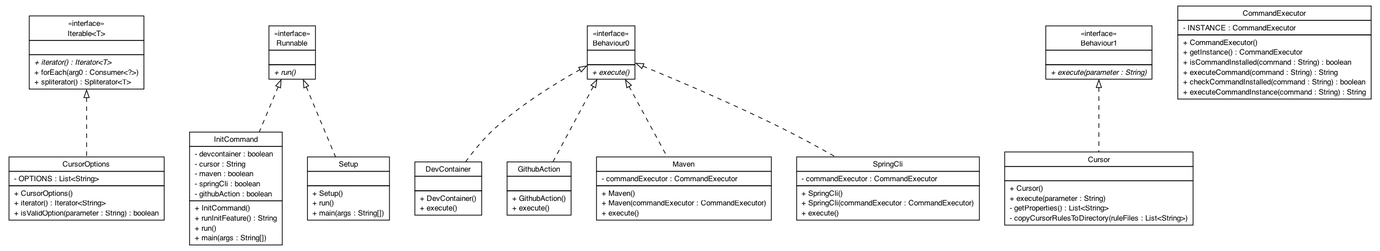
Earlier version of the Graphviz export docs/uml/graph.png (jabrena/setup-cli). Its source is kept beside it as docs/uml/graph.dot.
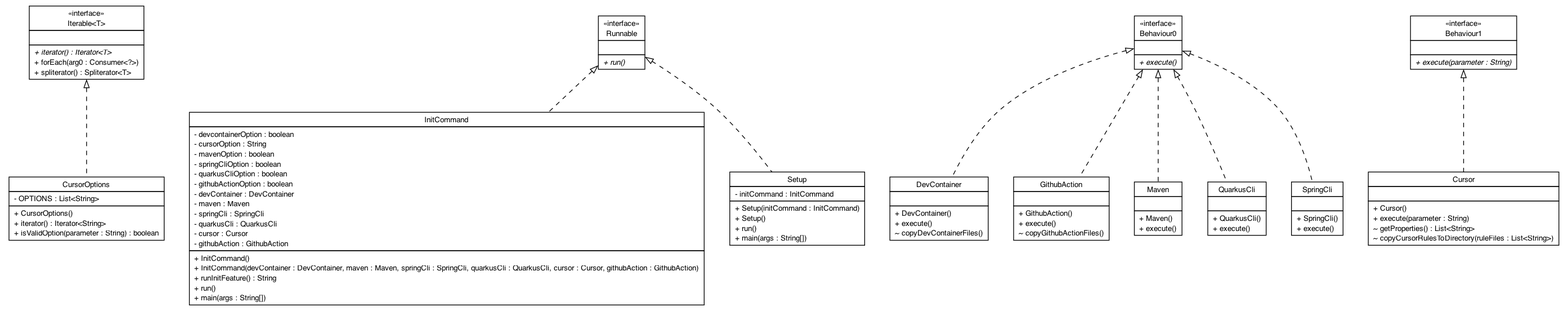
The same file after the commit.

What changed in the source:
```diff
@@ -22,14 +22,22 @@
 <tr><td align="center" balign="center"> InitCommand </td></tr>
 		</table></td></tr>
 		<tr><td><table border="0" cellspacing="0" cellpadding="1">
-<tr><td align="left" balign="left"> - devcontainer : boolean </td></tr>
-<tr><td align="left" balign="left"> - cursor : String </td></tr>
-<tr><td align="left" balign="left"> - maven : boolean </td></tr>
-<tr><td align="left" balign="left"> - springCli : boolean </td></tr>
-<tr><td align="left" balign="left"> - githubAction : boolean </td></tr>
+<tr><td align="left" balign="left"> - devcontainerOption : boolean </td></tr>
+<tr><td align="left" balign="left"> - cursorOption : String </td></tr>
+<tr><td align="left" balign="left"> - mavenOption : boolean </td></tr>
+<tr><td align="left" balign="left"> - springCliOption : boolean </td></tr>
+<tr><td align="left" balign="left"> - quarkusCliOption : boolean </td></tr>
+<tr><td align="left" balign="left"> - githubActionOption : boolean </td></tr>
+<tr><td align="left" balign="left"> - devContainer : DevContainer </td></tr>
+<tr><td align="left" balign="left"> - maven : Maven </td></tr>
+<tr><td align="left" balign="left"> - springCli : SpringCli </td></tr>
+<tr><td align="left" balign="left"> - quarkusCli : QuarkusCli </td></tr>
+<tr><td align="left" balign="left"> - cursor : Cursor </td></tr>
+<tr><td align="left" balign="left"> - githubAction : GithubAction </td></tr>
 		</table></td></tr>
 		<tr><td><table border="0" cellspacing="0" cellpadding="1">
 <tr><td align="left" balign="left"> + InitCommand() </td></tr>
+<tr><td align="left" balign="left"> + InitCommand(devContainer : DevContainer, maven : Maven, springCli : SpringCli, quarkusCli : QuarkusCli, cursor : Cursor, githubAction : GithubAction) </td></tr>
 <tr><td align="left" balign="left"> + runInitFeature() : String </td></tr>
 <tr><td align="left" balign="left"> + run() </td></tr>
 <tr><td align="left" balign="left"> + main(args : String[]) </td></tr>
@@ -40,9 +48,10 @@
 <tr><td align="center" balign="center"> Setup </td></tr>
 		</table></td></tr>
 		<tr><td><table border="0" cellspacing="0" cellpadding="1">
-<tr><td align="left" balign="left">  </td></tr>
+<tr><td align="left" balign="left"> - initCommand : InitCommand </td></tr>
 		</table></td></tr>
 		<tr><td><table border="0" cellspacing="0" cellpadding="1">
+<tr><td align="left" balign="left"> + Setup(initCommand : InitCommand) </td></tr>
 <tr><td align="left" balign="left"> + Setup() </td></tr>
 <tr><td align="left" balign="left"> + run() </td></tr>
 <tr><td align="left" balign="left"> + main(args : String[]) </td></tr>
@@ -82,8 +91,8 @@
 		<tr><td><table border="0" cellspacing="0" cellpadding="1">
 <tr><td align="left" balign="left"> + Cursor() </td></tr>
 <tr><td align="left" balign="left"> + execute(parameter : String) </td></tr>
-<tr><td align="left" balign="left"> - getProperties() : List&lt;String&gt; </td></tr>
-<tr><td align="left" balign="left"> - copyCursorRulesToDirectory(ruleFiles : List&lt;String&gt;) </td></tr>
+<tr><td align="left" balign="left"> ~ getProperties() : List&lt;String&gt; </td></tr>
+<tr><td align="left" balign="left"> ~ copyCursorRulesToDirectory(ruleFiles : List&lt;String&gt;) </td></tr>
 		</table></td></tr>
 		</table>>, URL="null", fontname="Helvetica", fontcolor="black", fontsize=10.0];
 	c6 [label=<<table title="info.jab.jbang.behaviours.DevContainer" border="0" cellborder="1" cellspacing="0" cellpadding="2" port="p">
@@ -96,6 +105,7 @@
 		<tr><td><table border="0" cellspacing="0" cellpadding="1">
 <tr><td align="left" balign="left"> + DevContainer() </td></tr>
 <tr><td align="left" balign="left"> + execute() </td></tr>
+<tr><td align="left" balign="left"> ~ copyDevContainerFiles() </td></tr>
 		</table></td></tr>
 		</table>>, URL="null", fontname="Helvetica", fontcolor="black", fontsize=10.0];
 	c7 [label=<<table title="info.jab.jbang.behaviours.GithubAction" border="0" cellborder="1" cellspacing="0" cellpadding="2" port="p">
@@ -108,6 +118,7 @@
 		<tr><td><table border="0" cellspacing="0" cellpadding="1">
 <tr><td align="left" balign="left"> + GithubAction() </td></tr>
 <tr><td align="left" balign="left"> + execute() </td></tr>
+<tr><td align="left" balign="left"> ~ copyGithubActionFiles() </td></tr>
 		</table></td></tr>
 		</table>>, URL="null", fontname="Helvetica", fontcolor="black", fontsize=10.0];
 	c8 [label=<<table title="info.jab.jbang.behaviours.Maven" border="0" cellborder="1" cellspacing="0" cellpadding="2" port="p">
@@ -115,41 +126,35 @@
 <tr><td align="center" balign="center"> Maven </td></tr>
 		</table></td></tr>
 		<tr><td><table border="0" cellspacing="0" cellpadding="1">
-<tr><td align="left" balign="left"> - commandExecutor : CommandExecutor </td></tr>
+<tr><td align="left" balign="left">  </td></tr>
 		</table></td></tr>
 		<tr><td><table border="0" cellspacing="0" cellpadding="1">
 <tr><td align="left" balign="left"> + Maven() </td></tr>
-<tr><td align="left" balign="left"> + Maven(commandExecutor : CommandExecutor) </td></tr>
 <tr><td align="left" balign="left"> + execute() </td></tr>
 		</table></td></tr>
 		</table>>, URL="null", fontname="Helvetica", fontcolor="black", fontsize=10.0];
-	c9 [label=<<table title="info.jab.jbang.behaviours.SpringCli" border="0" cellborder="1" cellspacing="0" cellpadding="2" port="p">
+	c9 [label=<<table title="info.jab.jbang.behaviours.QuarkusCli" border="0" cellborder="1" cellspacing="0" cellpadding="2" port="p">
+		<tr><td><table border="0" cellspacing="0" cellpadding="1">
+<tr><td align="center" balign="center"> QuarkusCli </td></tr>
+		</table></td></tr>
+		<tr><td><table border="0" cellspacing="0" cellpadding="1">
+<tr><td align="left" balign="left">  </td></tr>
+		</table></td></tr>
+		<tr><td><table border="0" cellspacing="0" cellpadding="1">
+<tr><td align="left" balign="left"> + QuarkusCli() </td></tr>
+<tr><td align="left" balign="left"> + execute() </td></tr>
+		</table></td></tr>
+		</table>>, URL="null", fontname="Helvetica", fontcolor="black", fontsize=10.0];
+	c10 [label=<<table title="info.jab.jbang.behaviours.SpringCli" border="0" cellborder="1" cellspacing="0" cellpadding="2" port="p">
 		<tr><td><table border="0" cellspacing="0" cellpadding="1">
 <tr><td align="center" balign="center"> SpringCli </td></tr>
 		</table></td></tr>
 		<tr><td><table border="0" cellspacing="0" cellpadding="1">
-<tr><td align="left" balign="left"> - commandExecutor : CommandExecutor </td></tr>
+<tr><td align="left" balign="left">  </td></tr>
 		</table></td></tr>
 		<tr><td><table border="0" cellspacing="0" cellpadding="1">
 <tr><td align="left" balign="left"> + SpringCli() </td></tr>
-<tr><td align="left" balign="left"> + SpringCli(commandExecutor : CommandExecutor) </td></tr>
 <tr><td align="left" balign="left"> + execute() </td></tr>
-		</table></td></tr>
-		</table>>, URL="null", fontname="Helvetica", fontcolor="black", fontsize=10.0];
-	c10 [label=<<table title="info.jab.jbang.util.CommandExecutor" border="0" cellborder="1" cellspacing="0" cellpadding="2" port="p">
-		<tr><td><table border="0" cellspacing="0" cellpadding="1">
-<tr><td align="center" balign="center"> CommandExecutor </td></tr>
-		</table></td></tr>
-		<tr><td><table border="0" cellspacing="0" cellpadding="1">
-<tr><td align="left" balign="left"> - INSTANCE : CommandExecutor </td></tr>
-		</table></td></tr>
-		<tr><td><table border="0" cellspacing="0" cellpadding="1">
-<tr><td align="left" balign="left"> + CommandExecutor() </td></tr>
-<tr><td align="left" balign="left"> + getInstance() : CommandExecutor </td></tr>
-<tr><td align="left" balign="left"> + isCommandInstalled(command : String) : boolean </td></tr>
-<tr><td align="left" balign="left"> + executeCommand(command : String) : String </td></tr>
-<tr><td align="left" balign="left"> + checkCommandInstalled(command : String) : boolean </td></tr>
-<tr><td align="left" balign="left"> + executeCommandInstance(command : String) : String </td></tr>
 		</table></td></tr>
 		</table>>, URL="null", fontname="Helvetica", fontcolor="black", fontsize=10.0];
 	c11:p -> c0:p [dir=back,arrowtail=empty,style=dashed];
@@ -160,6 +165,7 @@
 	c3:p -> c7:p [dir=back,arrowtail=empty,style=dashed];
 	c3:p -> c8:p [dir=back,arrowtail=empty,style=dashed];
 	c3:p -> c9:p [dir=back,arrowtail=empty,style=dashed];
+	c3:p -> c10:p [dir=back,arrowtail=empty,style=dashed];
 	c12 [label=<<table title="java.lang.Runnable" border="0" cellborder="1" cellspacing="0" cellpadding="2" port="p" href="http://java.sun.com/j2se/1.4.2/docs/api/java/lang/Runnable.html">
 		<tr><td><table border="0" cellspacing="0" cellpadding="1">
 <tr><td align="center" balign="center"> &#171;interface&#187; </td></tr>
```
